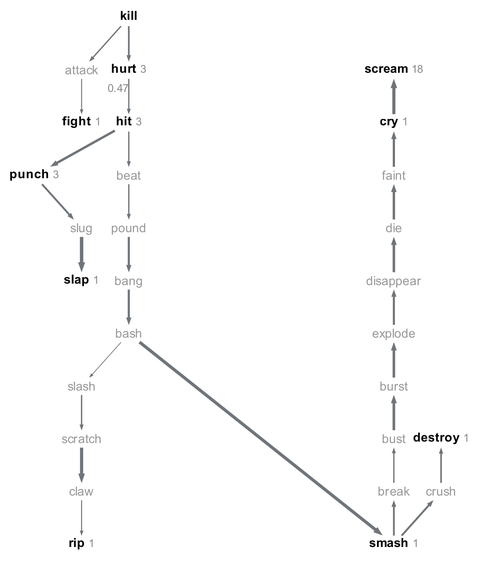
This is experiments/displacement/chain_of_connections/figures/ci_chain_faller_n1.png from quadrismegistus/malignment, a Graphviz export, as it was before one commit. Its source is kept beside it as experiments/displacement/chain_of_connections/figures/ci_chain_faller_n1.dot. Its diagram source:
```dot
digraph {
  graph [bgcolor=white margin=0.02];
  node [shape=plaintext fontname="Arial" fontsize=8.0 height=0.16 width=0.01 margin="0.01,0.005"];
  edge [arrowsize=0.2 color="#6f757a"];
  "kill" [label=<<B>kill</B>> pos="86.2,348.5!"];
  "hurt" [label=<<B>hurt</B> <FONT POINT-SIZE="7" COLOR="#8a8a8a">3</FONT>> pos="86.2,314.8!"];
  "hit" [label=<<B>hit</B> <FONT POINT-SIZE="7" COLOR="#8a8a8a">3</FONT>> pos="86.2,281.1!"];
  "beat" [label="beat" fontcolor="#999999" pos="86.2,247.4!"];
  "pound" [label="pound" fontcolor="#999999" pos="86.2,213.7!"];
  "bang" [label="bang" fontcolor="#999999" pos="86.2,180.0!"];
  "bash" [label="bash" fontcolor="#999999" pos="86.2,146.3!"];
  "smash" [label=<<B>smash</B> <FONT POINT-SIZE="7" COLOR="#8a8a8a">1</FONT>> pos="255.8,11.5!"];
  "break" [label="break" fontcolor="#999999" pos="255.8,45.2!"];
  "bust" [label="bust" fontcolor="#999999" pos="255.8,78.9!"];
  "burst" [label="burst" fontcolor="#999999" pos="255.8,112.6!"];
  "explode" [label="explode" fontcolor="#999999" pos="255.8,146.3!"];
  "disappear" [label="disappear" fontcolor="#999999" pos="255.8,180.0!"];
  "die" [label="die" fontcolor="#999999" pos="255.8,213.7!"];
  "faint" [label="faint" fontcolor="#999999" pos="255.8,247.4!"];
  "cry" [label=<<B>cry</B> <FONT POINT-SIZE="7" COLOR="#8a8a8a">1</FONT>> pos="255.8,281.1!"];
  "scream" [label=<<B>scream</B> <FONT POINT-SIZE="7" COLOR="#8a8a8a">18</FONT>> pos="255.8,314.8!"];
  "crush" [label="crush" fontcolor="#999999" pos="286.0,45.2!"];
  "destroy" [label=<<B>destroy</B> <FONT POINT-SIZE="7" COLOR="#8a8a8a">1</FONT>> pos="286.0,78.9!"];
  "punch" [label=<<B>punch</B> <FONT POINT-SIZE="7" COLOR="#8a8a8a">3</FONT>> pos="25.7,247.4!"];
  "slug" [label="slug" fontcolor="#999999" pos="56.0,213.7!"];
  "slap" [label=<<B>slap</B> <FONT POINT-SIZE="7" COLOR="#8a8a8a">1</FONT>> pos="56.0,180.0!"];
  "attack" [label="attack" fontcolor="#999999" pos="56.0,314.8!"];
  "fight" [label=<<B>fight</B> <FONT POINT-SIZE="7" COLOR="#8a8a8a">1</FONT>> pos="56.0,281.1!"];
  "slash" [label="slash" fontcolor="#999999" pos="56.0,112.6!"];
  "scratch" [label="scratch" fontcolor="#999999" pos="56.0,78.9!"];
  "claw" [label="claw" fontcolor="#999999" pos="56.0,45.2!"];
  "rip" [label=<<B>rip</B> <FONT POINT-SIZE="7" COLOR="#8a8a8a">1</FONT>> pos="56.0,11.5!"];
  "attack" -> "fight" [penwidth=0.60];
  "bang" -> "bash" [penwidth=1.39];
  "bash" -> "slash" [penwidth=0.45];
  "bash" -> "smash" [penwidth=1.99];
  "beat" -> "pound" [penwidth=0.83];
  "break" -> "bust" [penwidth=0.82];
  "burst" -> "explode" [penwidth=1.64];
  "bust" -> "burst" [penwidth=1.68];
  "claw" -> "rip" [penwidth=0.64];
  "crush" -> "destroy" [penwidth=0.98];
  "cry" -> "scream" [penwidth=1.99];
  "die" -> "faint" [penwidth=1.53];
  "disappear" -> "die" [penwidth=1.61];
  "explode" -> "disappear" [penwidth=1.32];
  "faint" -> "cry" [penwidth=1.43];
  "hit" -> "beat" [penwidth=0.82];
  "hit" -> "punch" [penwidth=1.52];
  "hurt" -> "hit" [penwidth=0.77 label="0.47" fontname="Arial" fontsize=7 fontcolor="#8a8a8a"];
  "kill" -> "attack" [penwidth=0.83];
  "kill" -> "hurt" [penwidth=1.06];
  "pound" -> "bang" [penwidth=1.36];
  "punch" -> "slug" [penwidth=1.21];
  "scratch" -> "claw" [penwidth=2.03];
  "slash" -> "scratch" [penwidth=0.87];
  "slug" -> "slap" [penwidth=2.20];
  "smash" -> "break" [penwidth=1.12];
  "smash" -> "crush" [penwidth=1.21];
}
```
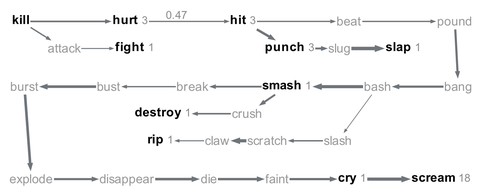
The same file after the commit.

What changed in the source:
```diff
@@ -1,35 +1,35 @@
 digraph {
   graph [bgcolor=white margin=0.02];
-  node [shape=plaintext fontname="Arial" fontsize=8.0 height=0.16 width=0.01 margin="0.01,0.005"];
+  node [shape=plaintext fontname="Arial" fontsize=8.0 height=0.14 width=0.01 margin="0.01,0.005"];
   edge [arrowsize=0.2 color="#6f757a"];
-  "kill" [label=<<B>kill</B>> pos="86.2,348.5!"];
-  "hurt" [label=<<B>hurt</B> <FONT POINT-SIZE="7" COLOR="#8a8a8a">3</FONT>> pos="86.2,314.8!"];
-  "hit" [label=<<B>hit</B> <FONT POINT-SIZE="7" COLOR="#8a8a8a">3</FONT>> pos="86.2,281.1!"];
-  "beat" [label="beat" fontcolor="#999999" pos="86.2,247.4!"];
-  "pound" [label="pound" fontcolor="#999999" pos="86.2,213.7!"];
-  "bang" [label="bang" fontcolor="#999999" pos="86.2,180.0!"];
-  "bash" [label="bash" fontcolor="#999999" pos="86.2,146.3!"];
-  "smash" [label=<<B>smash</B> <FONT POINT-SIZE="7" COLOR="#8a8a8a">1</FONT>> pos="255.8,11.5!"];
-  "break" [label="break" fontcolor="#999999" pos="255.8,45.2!"];
-  "bust" [label="bust" fontcolor="#999999" pos="255.8,78.9!"];
-  "burst" [label="burst" fontcolor="#999999" pos="255.8,112.6!"];
-  "explode" [label="explode" fontcolor="#999999" pos="255.8,146.3!"];
-  "disappear" [label="disappear" fontcolor="#999999" pos="255.8,180.0!"];
-  "die" [label="die" fontcolor="#999999" pos="255.8,213.7!"];
-  "faint" [label="faint" fontcolor="#999999" pos="255.8,247.4!"];
-  "cry" [label=<<B>cry</B> <FONT POINT-SIZE="7" COLOR="#8a8a8a">1</FONT>> pos="255.8,281.1!"];
-  "scream" [label=<<B>scream</B> <FONT POINT-SIZE="7" COLOR="#8a8a8a">18</FONT>> pos="255.8,314.8!"];
-  "crush" [label="crush" fontcolor="#999999" pos="286.0,45.2!"];
-  "destroy" [label=<<B>destroy</B> <FONT POINT-SIZE="7" COLOR="#8a8a8a">1</FONT>> pos="286.0,78.9!"];
-  "punch" [label=<<B>punch</B> <FONT POINT-SIZE="7" COLOR="#8a8a8a">3</FONT>> pos="25.7,247.4!"];
-  "slug" [label="slug" fontcolor="#999999" pos="56.0,213.7!"];
-  "slap" [label=<<B>slap</B> <FONT POINT-SIZE="7" COLOR="#8a8a8a">1</FONT>> pos="56.0,180.0!"];
-  "attack" [label="attack" fontcolor="#999999" pos="56.0,314.8!"];
-  "fight" [label=<<B>fight</B> <FONT POINT-SIZE="7" COLOR="#8a8a8a">1</FONT>> pos="56.0,281.1!"];
-  "slash" [label="slash" fontcolor="#999999" pos="56.0,112.6!"];
-  "scratch" [label="scratch" fontcolor="#999999" pos="56.0,78.9!"];
-  "claw" [label="claw" fontcolor="#999999" pos="56.0,45.2!"];
-  "rip" [label=<<B>rip</B> <FONT POINT-SIZE="7" COLOR="#8a8a8a">1</FONT>> pos="56.0,11.5!"];
+  "kill" [label=<<B>kill</B>> pos="16.0,133.9!"];
+  "hurt" [label=<<B>hurt</B> <FONT POINT-SIZE="7" COLOR="#8a8a8a">3</FONT>> pos="85.9,133.9!"];
+  "hit" [label=<<B>hit</B> <FONT POINT-SIZE="7" COLOR="#8a8a8a">3</FONT>> pos="158.1,133.9!"];
+  "beat" [label="beat" fontcolor="#999999" pos="225.8,133.9!"];
+  "pound" [label="pound" fontcolor="#999999" pos="293.6,133.9!"];
+  "burst" [label="burst" fontcolor="#999999" pos="18.2,92.2!"];
+  "bust" [label="bust" fontcolor="#999999" pos="72.0,92.2!"];
+  "break" [label="break" fontcolor="#999999" pos="125.7,92.2!"];
+  "smash" [label=<<B>smash</B> <FONT POINT-SIZE="7" COLOR="#8a8a8a">1</FONT>> pos="186.1,92.2!"];
+  "bash" [label="bash" fontcolor="#999999" pos="244.2,92.2!"];
+  "bang" [label="bang" fontcolor="#999999" pos="295.8,92.2!"];
+  "explode" [label="explode" fontcolor="#999999" pos="22.6,33.1!"];
+  "disappear" [label="disappear" fontcolor="#999999" pos="83.8,33.1!"];
+  "die" [label="die" fontcolor="#999999" pos="136.3,33.1!"];
+  "faint" [label="faint" fontcolor="#999999" pos="179.9,33.1!"];
+  "cry" [label=<<B>cry</B> <FONT POINT-SIZE="7" COLOR="#8a8a8a">1</FONT>> pos="227.9,33.1!"];
+  "scream" [label=<<B>scream</B> <FONT POINT-SIZE="7" COLOR="#8a8a8a">18</FONT>> pos="284.8,33.1!"];
+  "crush" [label="crush" fontcolor="#999999" pos="160.7,74.9!"];
+  "destroy" [label=<<B>destroy</B> <FONT POINT-SIZE="7" COLOR="#8a8a8a">1</FONT>> pos="106.7,74.9!"];
+  "punch" [label=<<B>punch</B> <FONT POINT-SIZE="7" COLOR="#8a8a8a">3</FONT>> pos="187.9,116.6!"];
+  "slug" [label="slug" fontcolor="#999999" pos="219.9,116.6!"];
+  "slap" [label=<<B>slap</B> <FONT POINT-SIZE="7" COLOR="#8a8a8a">1</FONT>> pos="260.7,116.6!"];
+  "attack" [label="attack" fontcolor="#999999" pos="43.6,116.6!"];
+  "fight" [label=<<B>fight</B> <FONT POINT-SIZE="7" COLOR="#8a8a8a">1</FONT>> pos="88.8,116.6!"];
+  "slash" [label="slash" fontcolor="#999999" pos="218.8,57.6!"];
+  "scratch" [label="scratch" fontcolor="#999999" pos="173.6,57.6!"];
+  "claw" [label="claw" fontcolor="#999999" pos="141.6,57.6!"];
+  "rip" [label=<<B>rip</B> <FONT POINT-SIZE="7" COLOR="#8a8a8a">1</FONT>> pos="105.2,57.6!"];
   "attack" -> "fight" [penwidth=0.60];
   "bang" -> "bash" [penwidth=1.39];
   "bash" -> "slash" [penwidth=0.45];
```
